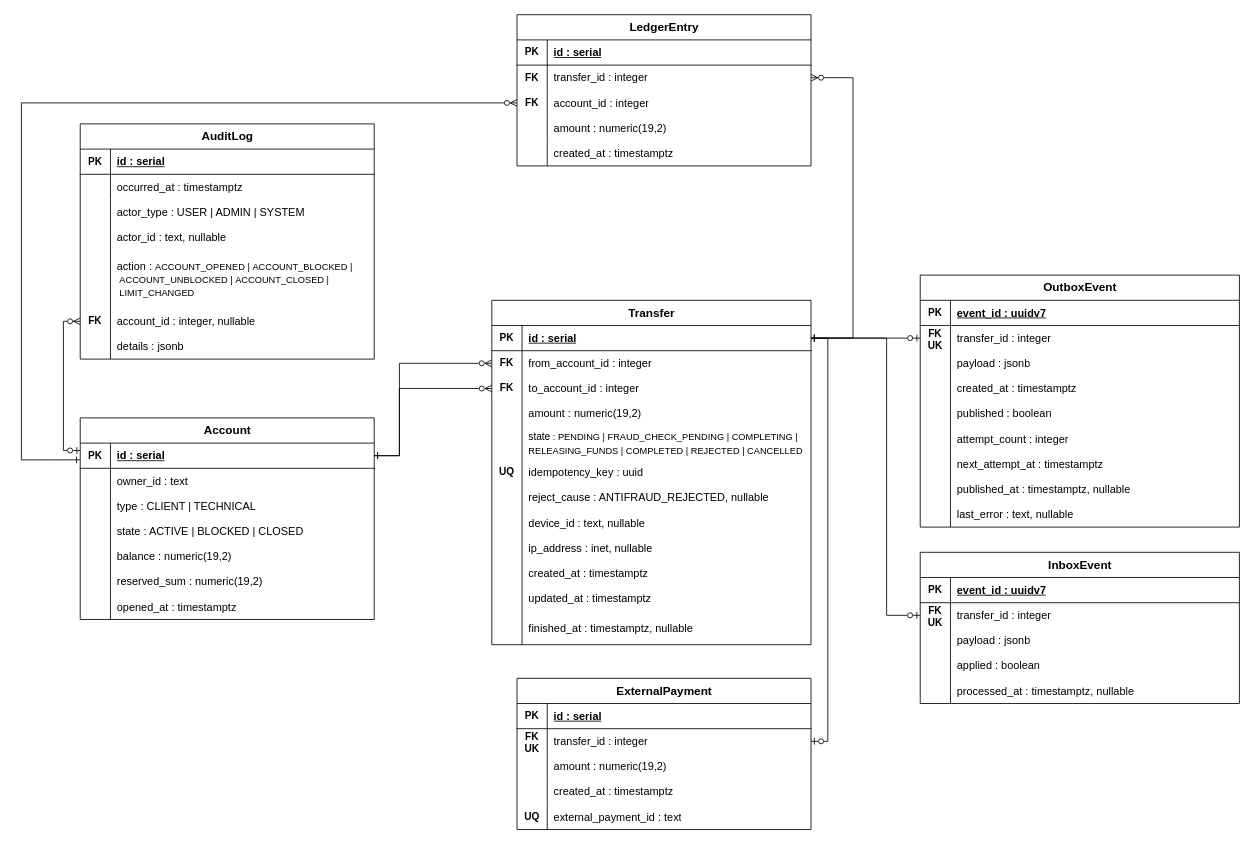
This is page "Money" (2 of 3) of backend/docs/data-models/source/datalogic.drawio from georgeboiko/e-bank, a draw.io file, before an edit. Source tidied: cells renumbered, new cells numbered last; positions are measured from the earlier drawing's top-left corner, leaving out a move shared by most shapes. Both pictures are drawn from the tidied source at 84%, with x=0, y=0 at pixel (21, 14).
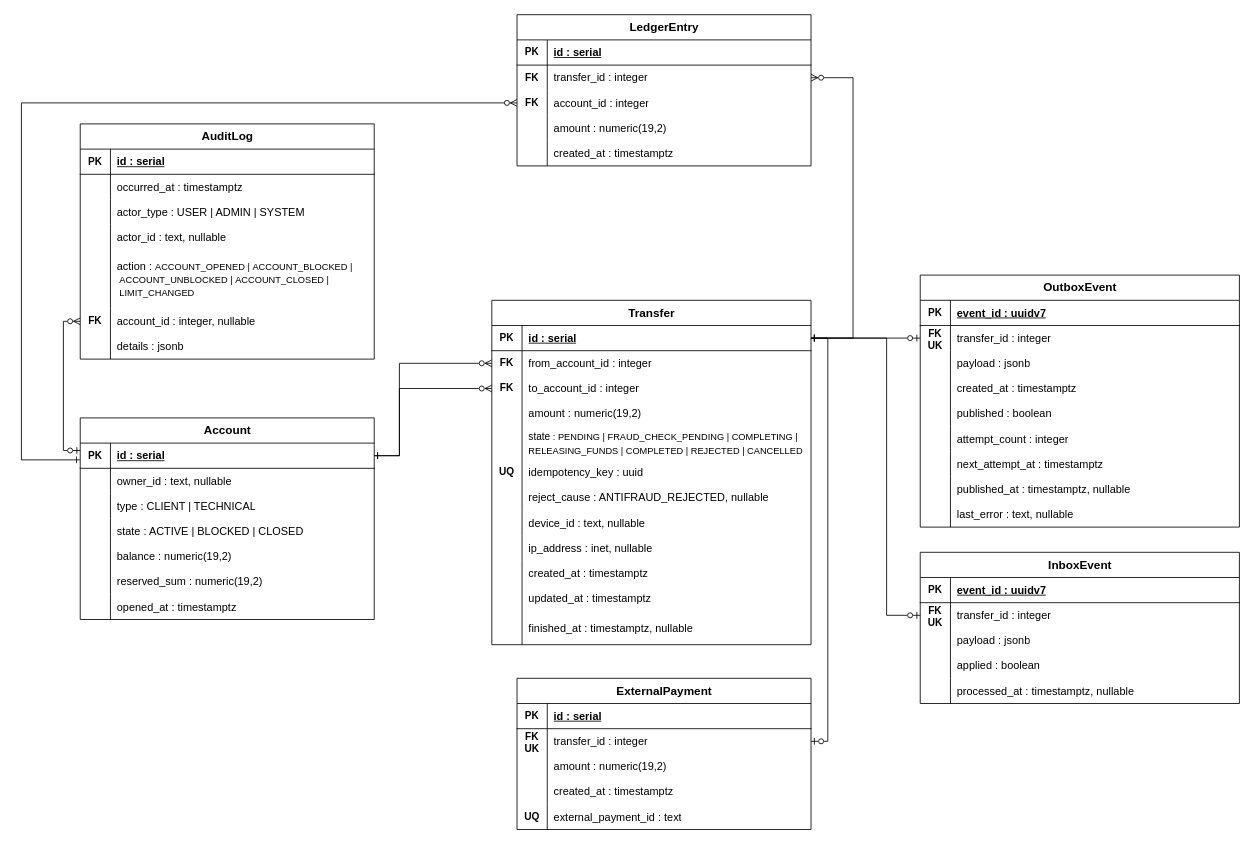
The same page after the edit.

Unchanged cells that the change refers to:
```xml
<mxCell id="6" style="shape=tableRow;horizontal=0;startSize=0;swimlaneHead=0;swimlaneBody=0;fillColor=none;top=0;left=0;right=0;bottom=0;" parent="2" vertex="1">
  <mxGeometry y="60" width="350" height="30" as="geometry" />
</mxCell>
```

Change to the diagram source:
```diff
@@
-    <mxCell id="8" value="owner_id : text" style="shape=partialRectangle;fillColor=none;top=0;left=0;bottom=0;right=0;align=left;spacingLeft=6;fontStyle=0;overflow=hidden;whiteSpace=wrap;html=1;fontSize=13;" parent="6" vertex="1">
+    <mxCell id="8" value="owner_id : text, nullable" style="shape=partialRectangle;fillColor=none;top=0;left=0;bottom=0;right=0;align=left;spacingLeft=6;fontStyle=0;overflow=hidden;whiteSpace=wrap;html=1;fontSize=13;" parent="6" vertex="1">
       <mxGeometry x="36" width="314" height="30" as="geometry" />
     </mxCell>
```
